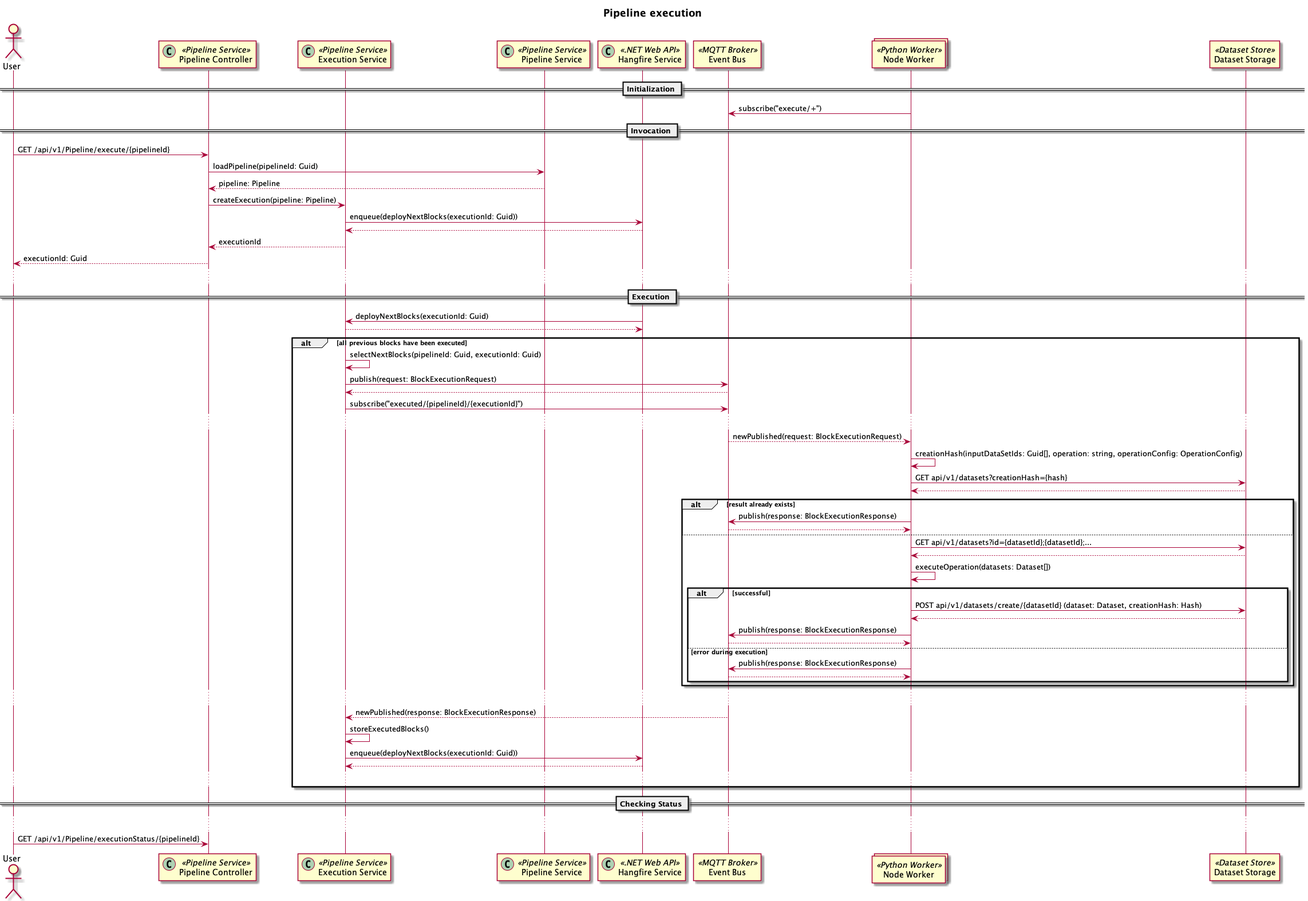
project-hanse/prototype-a keeps this PlantUML diagram as docs/sequence-diagrams/pipeline-execution.png. Above is the earlier version.
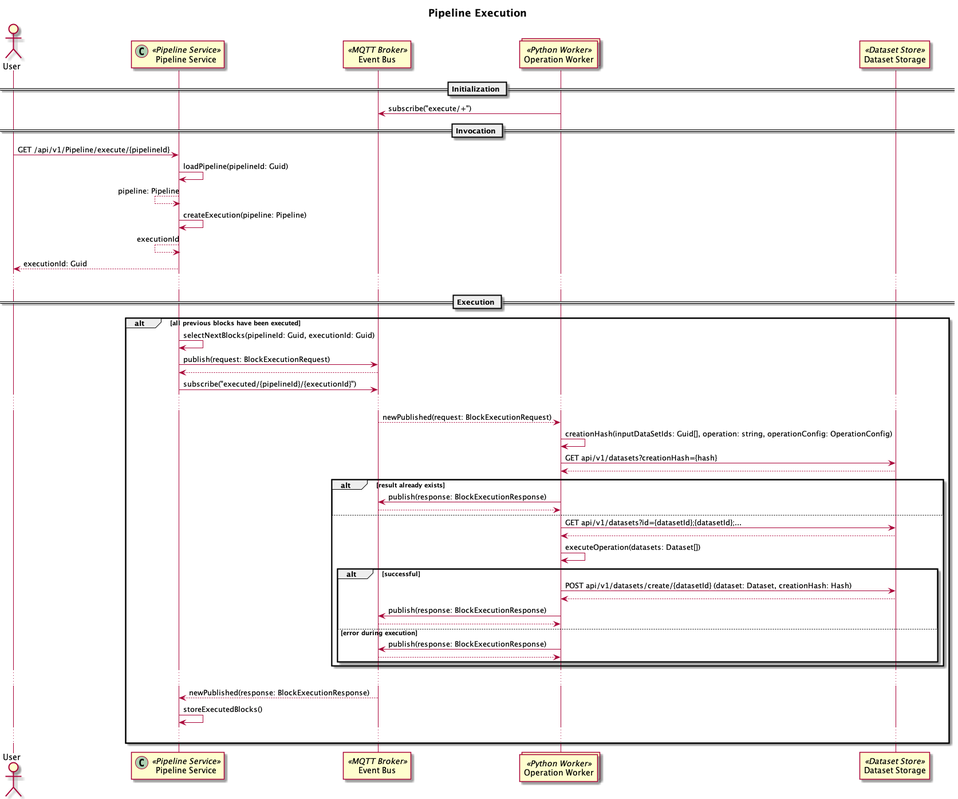
The same file after the commit.

Commit message:
docs: add draft activity diagram for pipeline generation

Change to the diagram source:
```diff
@@ -1,20 +1,15 @@
 @startuml pipeline-execution
 
-!$pc = "Pipeline Controller"
 !$ps = "Pipeline Service"
-!$es = "Execution Service"
-!$hs = "Hangfire Service"
 !$mb = "Event Bus"
-!$bw = "Node Worker"
+!$bw = "Operation Worker"
 !$ds = "Dataset Storage"
 
-title ** Pipeline execution **
+title ** Pipeline Execution **
 
 actor User
-participant "$pc" << (C,#ADD1B2) Pipeline Service >>
-participant "$es" << (C,#ADD1B2) Pipeline Service >>
 participant "$ps" << (C,#ADD1B2) Pipeline Service >>
-participant "$hs" << (C,#ADD1B2) .NET Web API >>
+participant "$ps" << (C,#ADD1B2) Pipeline Service >>
 participant "$mb" << MQTT Broker >>
 collections "$bw" << Python Worker >>
 participant "$ds" << Dataset Store >>
@@ -25,24 +20,21 @@
 
 == Invocation ==
 
-"User" -> "$pc" : GET /api/v1/Pipeline/execute/{pipelineId}
+"User" -> "$ps" : GET /api/v1/Pipeline/execute/{pipelineId}
 
-"$pc" -> "$ps": loadPipeline(pipelineId: Guid)
-"$pc" <-- "$ps": pipeline: Pipeline
-"$pc" -> "$es": createExecution(pipeline: Pipeline)
-"$es" -> "$hs": enqueue(deployNextBlocks(executionId: Guid))
-"$es" <-- "$hs"
-"$pc" <-- "$es": executionId
-"User" <-- "$pc" : executionId: Guid
+"$ps" -> "$ps": loadPipeline(pipelineId: Guid)
+"$ps" <-- "$ps": pipeline: Pipeline
+"$ps" -> "$ps": createExecution(pipeline: Pipeline)
+"$ps" <-- "$ps": executionId
+"User" <-- "$ps" : executionId: Guid
 ...
+
 == Execution ==
-"$hs" -> "$es": deployNextBlocks(executionId: Guid)
-"$hs" <-- "$es"
 alt all previous blocks have been executed
-    "$es" -> "$es" : selectNextBlocks(pipelineId: Guid, executionId: Guid)
-    "$es" -> "$mb" : publish(request: BlockExecutionRequest)
-    "$es" <-- "$mb"
-    "$es" -> "$mb" : subscribe("executed/{pipelineId}/{executionId}")
+    "$ps" -> "$ps" : selectNextBlocks(pipelineId: Guid, executionId: Guid)
+    "$ps" -> "$mb" : publish(request: BlockExecutionRequest)
+    "$ps" <-- "$mb"
+    "$ps" -> "$mb" : subscribe("executed/{pipelineId}/{executionId}")
     ...
 
     "$mb" --> "$bw" : newPublished(request: BlockExecutionRequest)
@@ -70,15 +62,8 @@
         end
     end
     ...
-    "$mb" --> "$es" : newPublished(response: BlockExecutionResponse)
-    "$es" -> "$es": storeExecutedBlocks()
-    "$es" -> "$hs": enqueue(deployNextBlocks(executionId: Guid))
-    "$es" <-- "$hs"
+    "$mb" --> "$ps" : newPublished(response: BlockExecutionResponse)
+    "$ps" -> "$ps": storeExecutedBlocks()
     ...
 end
-
-== Checking Status ==
-    ...
-"User" -> "$pc" : GET /api/v1/Pipeline/executionStatus/{pipelineId}
-
 @enduml
```
